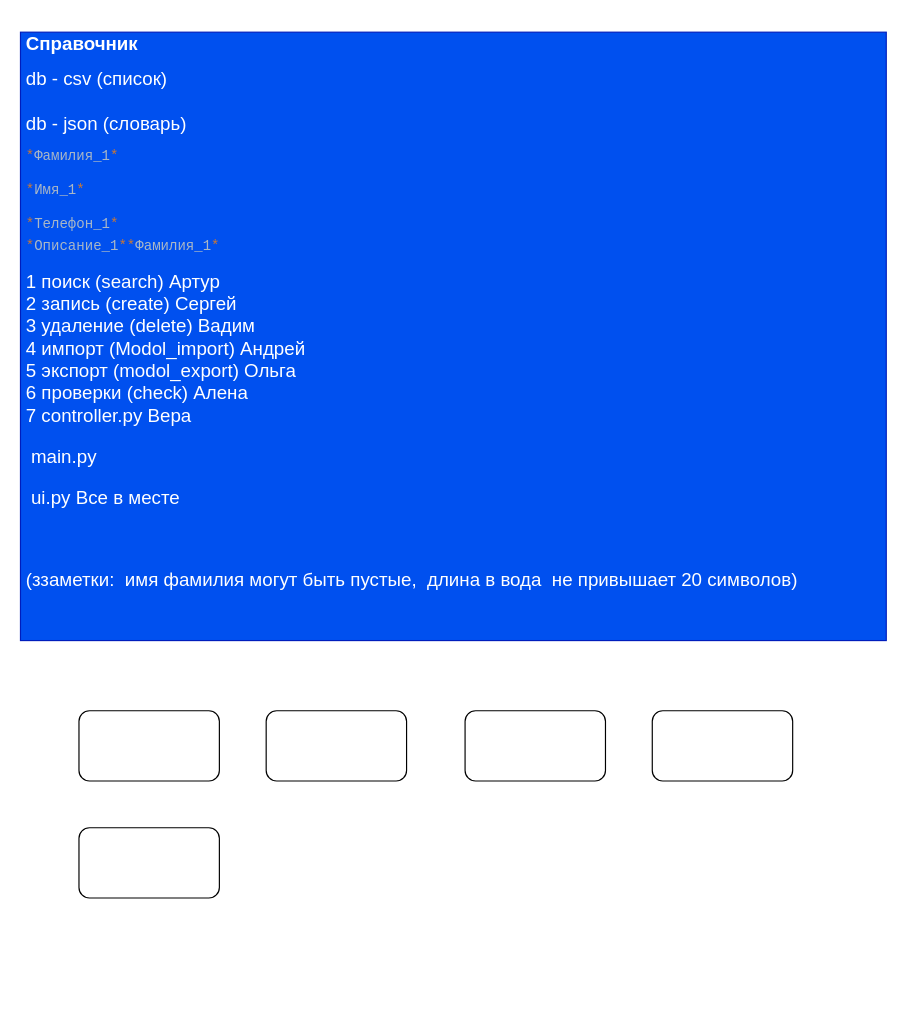
This is Spravochnik.drawio from GrafanyS/phone_directory, a draw.io file, before an edit. Source tidied: cells renumbered, new cells numbered last; positions are measured from the earlier drawing's top-left corner, leaving out a move shared by most shapes. Both pictures are drawn from the tidied source at 117%, with x=0, y=0 at pixel (20, 32).
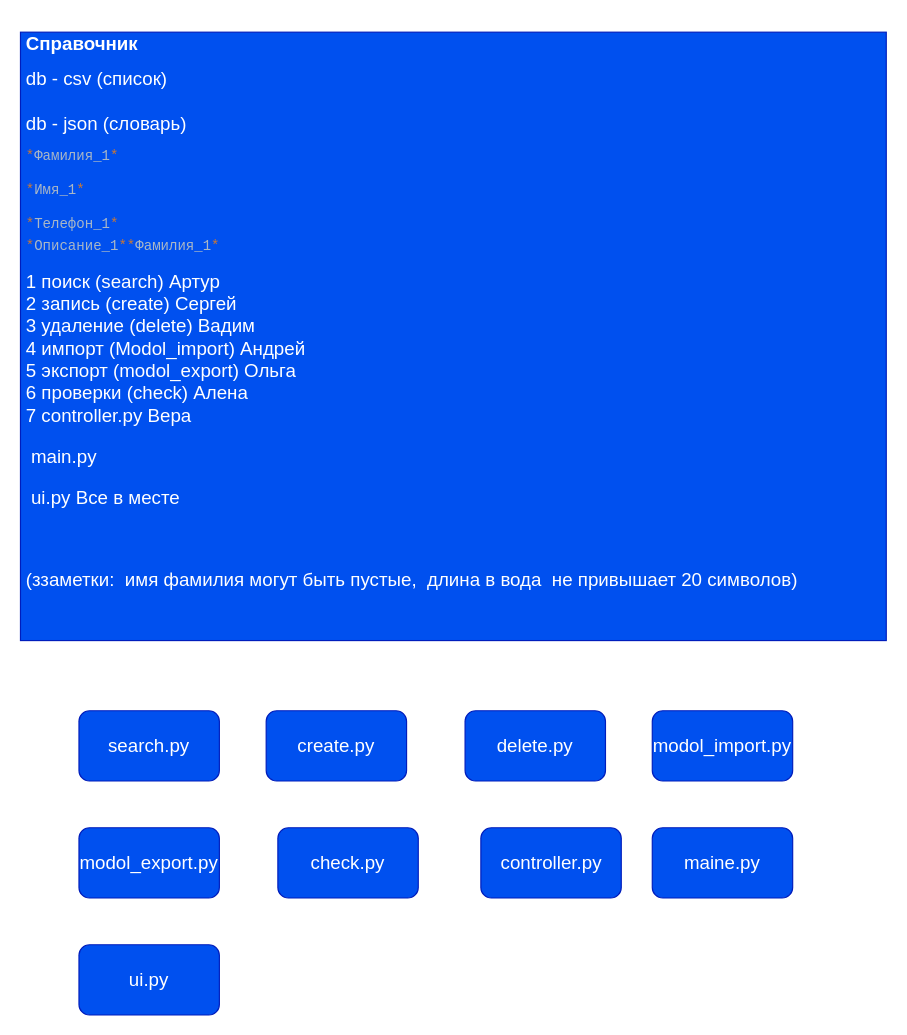
After the change.

Change to the diagram source:
```diff
@@
 <mxGraphModel>
   <root>
     <mxCell id="0" />
     <mxCell id="1" parent="0" />
     <mxCell id="2" value="&lt;h1 style=&quot;font-size: 16px&quot;&gt;&lt;font style=&quot;font-size: 16px&quot;&gt;Справочник&lt;/font&gt;&lt;/h1&gt;&lt;div&gt;&lt;font style=&quot;font-size: 16px&quot;&gt;db - csv (список)&lt;/font&gt;&lt;/div&gt;&lt;div&gt;&lt;font style=&quot;font-size: 16px&quot;&gt;&lt;br&gt;&lt;/font&gt;&lt;/div&gt;&lt;div&gt;&lt;font style=&quot;font-size: 16px&quot;&gt;db - json (словарь)&amp;nbsp;&lt;/font&gt;&lt;/div&gt;&lt;pre style=&quot;color: rgb(169 , 183 , 198) ; font-family: &amp;#34;jetbrains mono&amp;#34; , monospace&quot;&gt;&lt;span style=&quot;color: #cc7832&quot;&gt;*&lt;/span&gt;Фамилия_1&lt;span style=&quot;color: #cc7832&quot;&gt;*&lt;br&gt;&lt;/span&gt;&lt;span style=&quot;color: #cc7832&quot;&gt;&lt;br&gt;&lt;/span&gt;&lt;span style=&quot;color: #cc7832&quot;&gt;*&lt;/span&gt;Имя_1&lt;span style=&quot;color: #cc7832&quot;&gt;*&lt;br&gt;&lt;/span&gt;&lt;span style=&quot;color: #cc7832&quot;&gt;&lt;br&gt;&lt;/span&gt;&lt;span style=&quot;color: #cc7832&quot;&gt;*&lt;/span&gt;Телефон_1&lt;span style=&quot;color: #cc7832&quot;&gt;*&lt;br&gt;&lt;/span&gt;&lt;font style=&quot;color: rgb(240 , 240 , 240) ; font-family: &amp;#34;helvetica&amp;#34; ; white-space: normal ; font-size: 16px&quot;&gt;&lt;span style=&quot;font-family: &amp;#34;jetbrains mono&amp;#34; , monospace ; font-size: 12px ; color: rgb(204 , 120 , 50)&quot;&gt;*&lt;/span&gt;&lt;span style=&quot;color: rgb(169 , 183 , 198) ; font-family: &amp;#34;jetbrains mono&amp;#34; , monospace ; font-size: 12px&quot;&gt;Описание_1&lt;/span&gt;&lt;span style=&quot;font-family: &amp;#34;jetbrains mono&amp;#34; , monospace ; font-size: 12px ; color: rgb(204 , 120 , 50)&quot;&gt;*&lt;/span&gt;&lt;/font&gt;&lt;span style=&quot;white-space: normal ; color: rgb(204 , 120 , 50)&quot;&gt;*&lt;/span&gt;&lt;span style=&quot;white-space: normal&quot;&gt;Фамилия_1&lt;/span&gt;&lt;span style=&quot;white-space: normal ; color: rgb(204 , 120 , 50)&quot;&gt;*&lt;/span&gt;&lt;/pre&gt;&lt;div&gt;&lt;font style=&quot;font-size: 16px&quot;&gt;1 поиск (search) Артур&lt;/font&gt;&lt;/div&gt;&lt;div&gt;&lt;font style=&quot;font-size: 16px&quot;&gt;2 запись (create) Сергей&lt;/font&gt;&lt;/div&gt;&lt;div&gt;&lt;font style=&quot;font-size: 16px&quot;&gt;3 удаление (delete) Вадим&lt;/font&gt;&lt;/div&gt;&lt;div&gt;&lt;font style=&quot;font-size: 16px&quot;&gt;4 импорт (Modol_import) Андрей&lt;/font&gt;&lt;/div&gt;&lt;div&gt;&lt;font style=&quot;font-size: 16px&quot;&gt;5 экспорт (modol_export) Ольга&lt;/font&gt;&lt;/div&gt;&lt;div&gt;&lt;font style=&quot;font-size: 16px&quot;&gt;6 проверки (check) Алена&lt;/font&gt;&lt;/div&gt;&lt;div&gt;&lt;font style=&quot;font-size: 16px&quot;&gt;7&lt;/font&gt;&lt;span style=&quot;font-size: 16px&quot;&gt;&amp;nbsp;controller.py Вера&lt;/span&gt;&lt;/div&gt;&lt;p style=&quot;font-size: 16px&quot;&gt;&lt;font style=&quot;font-size: 16px&quot;&gt;&amp;nbsp;main.py&amp;nbsp;&lt;/font&gt;&lt;/p&gt;&lt;p style=&quot;font-size: 16px&quot;&gt;&lt;font style=&quot;font-size: 16px&quot;&gt;&amp;nbsp;ui.py Все в месте&lt;/font&gt;&lt;/p&gt;&lt;p style=&quot;font-size: 16px&quot;&gt;&lt;br&gt;&lt;/p&gt;&lt;p style=&quot;font-size: 16px&quot;&gt;(ззаметки:&amp;nbsp; имя фамилия могут быть пустые,&amp;nbsp; длина в вода&amp;nbsp; не привышает 20 символов)&lt;/p&gt;" style="text;html=1;strokeColor=#001DBC;fillColor=#0050ef;spacing=5;spacingTop=-20;whiteSpace=wrap;overflow=hidden;rounded=0;fontColor=#ffffff;" parent="1" vertex="1">
       <mxGeometry width="740" height="520" as="geometry" />
     </mxCell>
-    <mxCell id="3" style="rounded=1;whiteSpace=wrap;html=1;fontSize=16;" parent="1" vertex="1">
+    <mxCell id="3" value="search.py" style="rounded=1;whiteSpace=wrap;html=1;fontSize=16;fillColor=#0050ef;fontColor=#FFFFFF;strokeColor=#001DBC;" parent="1" vertex="1">
       <mxGeometry x="50" y="580" width="120" height="60" as="geometry" />
     </mxCell>
-    <mxCell id="4" style="rounded=1;whiteSpace=wrap;html=1;fontSize=16;" parent="1" vertex="1">
+    <mxCell id="4" value="create.py" style="rounded=1;whiteSpace=wrap;html=1;fontSize=16;fillColor=#0050ef;fontColor=#FFFFFF;strokeColor=#001DBC;" parent="1" vertex="1">
       <mxGeometry x="210" y="580" width="120" height="60" as="geometry" />
     </mxCell>
-    <mxCell id="5" style="rounded=1;whiteSpace=wrap;html=1;fontSize=16;" parent="1" vertex="1">
+    <mxCell id="5" value="delete.py" style="rounded=1;whiteSpace=wrap;html=1;fontSize=16;fillColor=#0050ef;fontColor=#FFFFFF;strokeColor=#001DBC;" parent="1" vertex="1">
       <mxGeometry x="380" y="580" width="120" height="60" as="geometry" />
     </mxCell>
-    <mxCell id="6" style="rounded=1;whiteSpace=wrap;html=1;fontSize=16;" parent="1" vertex="1">
+    <mxCell id="6" value="modol_import.py" style="rounded=1;whiteSpace=wrap;html=1;fontSize=16;fillColor=#0050ef;fontColor=#FFFFFF;strokeColor=#001DBC;" parent="1" vertex="1">
       <mxGeometry x="540" y="580" width="120" height="60" as="geometry" />
     </mxCell>
-    <mxCell id="7" style="rounded=1;whiteSpace=wrap;html=1;fontSize=16;" parent="1" vertex="1">
+    <mxCell id="7" value="modol_export.py" style="rounded=1;whiteSpace=wrap;html=1;fontSize=16;fillColor=#0050ef;fontColor=#FFFFFF;strokeColor=#001DBC;" parent="1" vertex="1">
       <mxGeometry x="50" y="680" width="120" height="60" as="geometry" />
     </mxCell>
+    <mxCell id="8" value="check.py" style="rounded=1;whiteSpace=wrap;html=1;fontSize=16;fillColor=#0050ef;fontColor=#FFFFFF;strokeColor=#001DBC;" parent="1" vertex="1">
+      <mxGeometry x="220" y="680" width="120" height="60" as="geometry" />
+    </mxCell>
+    <mxCell id="9" value="controller.py" style="rounded=1;whiteSpace=wrap;html=1;fontSize=16;fillColor=#0050ef;fontColor=#FFFFFF;strokeColor=#001DBC;" parent="1" vertex="1">
+      <mxGeometry x="393.5" y="680" width="120" height="60" as="geometry" />
+    </mxCell>
+    <mxCell id="10" value="maine.py" style="rounded=1;whiteSpace=wrap;html=1;fontSize=16;fillColor=#0050ef;fontColor=#FFFFFF;strokeColor=#001DBC;" parent="1" vertex="1">
+      <mxGeometry x="540" y="680" width="120" height="60" as="geometry" />
+    </mxCell>
+    <mxCell id="11" value="ui.py" style="rounded=1;whiteSpace=wrap;html=1;fontSize=16;fillColor=#0050ef;fontColor=#FFFFFF;strokeColor=#001DBC;" parent="1" vertex="1">
+      <mxGeometry x="50" y="780" width="120" height="60" as="geometry" />
+    </mxCell>
   </root>
 </mxGraphModel>
```
